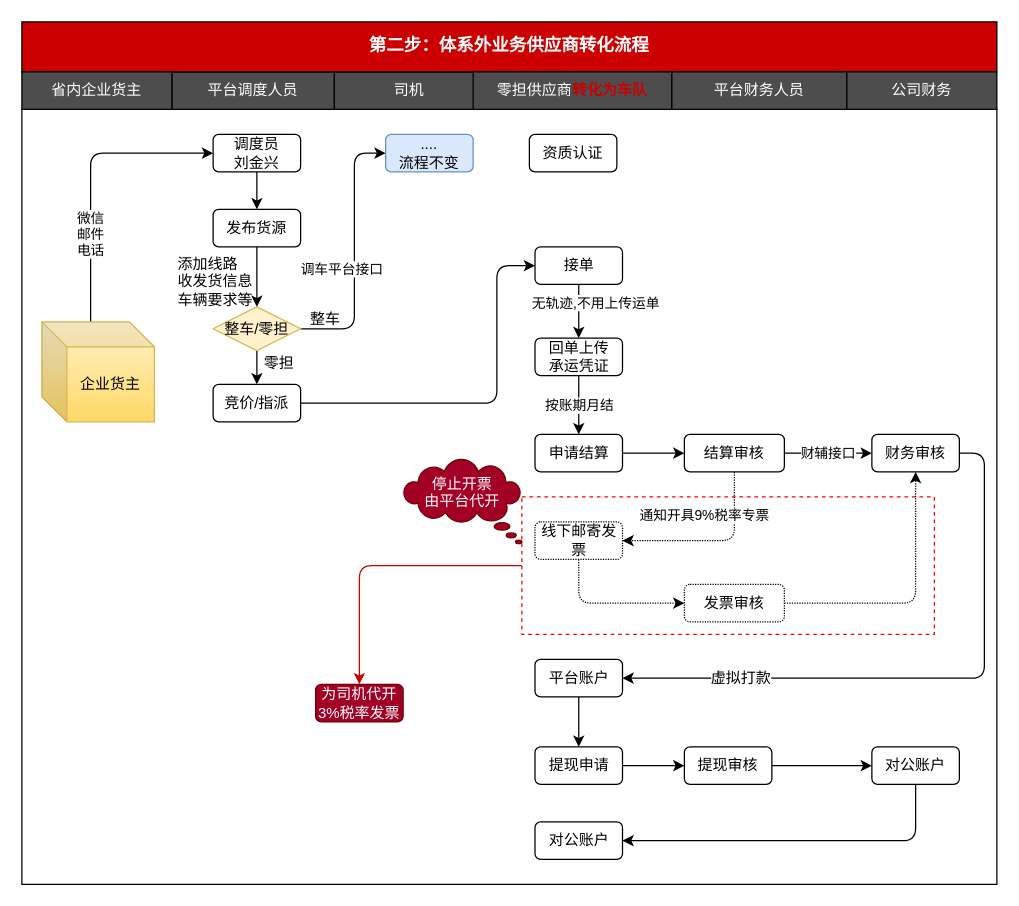
Earlier version of the draw.io diagram 第二步体系外业务流程.drawio (chenyibang/rdpwrap). Source tidied: cells renumbered, new cells numbered last; positions are measured from the earlier drawing's top-left corner, leaving out a move shared by most shapes. Both pictures are drawn from the tidied source at 125%, with x=0, y=0 at pixel (21, 21).
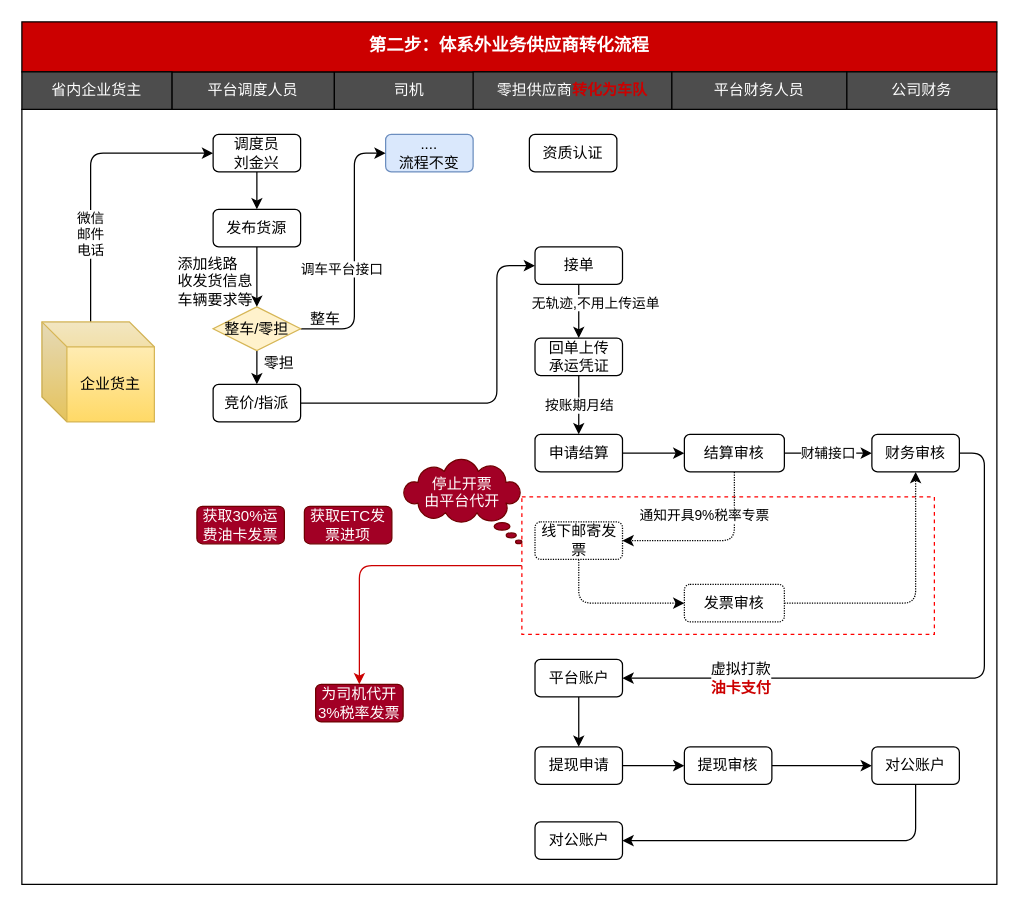
After the change.

Commit message (it also covers changes not shown here):
更新第二步体系外业务流程.drawio

The change refers to these unchanged cells:
```xml
<mxCell id="38" style="edgeStyle=orthogonalEdgeStyle;rounded=1;jettySize=auto;html=1;entryX=1;entryY=0.5;entryDx=0;entryDy=0;strokeColor=#000000;exitX=1;exitY=0.5;exitDx=0;exitDy=0;" parent="1" edge="1" source="40" target="46">
  <mxGeometry relative="1" as="geometry" />
</mxCell>
```

Diff of the diagram source:
```diff
@@
-    <mxCell id="39" value="虚拟打款" style="text;html=1;align=center;verticalAlign=middle;labelBackgroundColor=#ffffff;" parent="38" vertex="1">
+    <mxCell id="39" value="虚拟打款&lt;br&gt;&lt;font color=&quot;#cc0000&quot;&gt;&lt;b&gt;油卡支付&lt;/b&gt;&lt;/font&gt;" style="text;html=1;align=center;verticalAlign=middle;labelBackgroundColor=#ffffff;" parent="38" vertex="1">
       <mxGeometry x="0.62" y="-1" relative="1" as="geometry" />
     </mxCell>
@@
+    <mxCell id="56" value="获取ETC发票进项" style="rounded=1;whiteSpace=wrap;html=1;fillColor=#a20025;strokeColor=#6F0000;fontColor=#ffffff;" parent="1" vertex="1">
+      <mxGeometry x="226" y="387.5" width="70" height="30" as="geometry" />
+    </mxCell>
+    <mxCell id="57" value="获取30%运费油卡发票" style="rounded=1;whiteSpace=wrap;html=1;fillColor=#a20025;strokeColor=#6F0000;fontColor=#ffffff;" parent="1" vertex="1">
+      <mxGeometry x="140" y="387.5" width="70" height="30" as="geometry" />
+    </mxCell>
```
